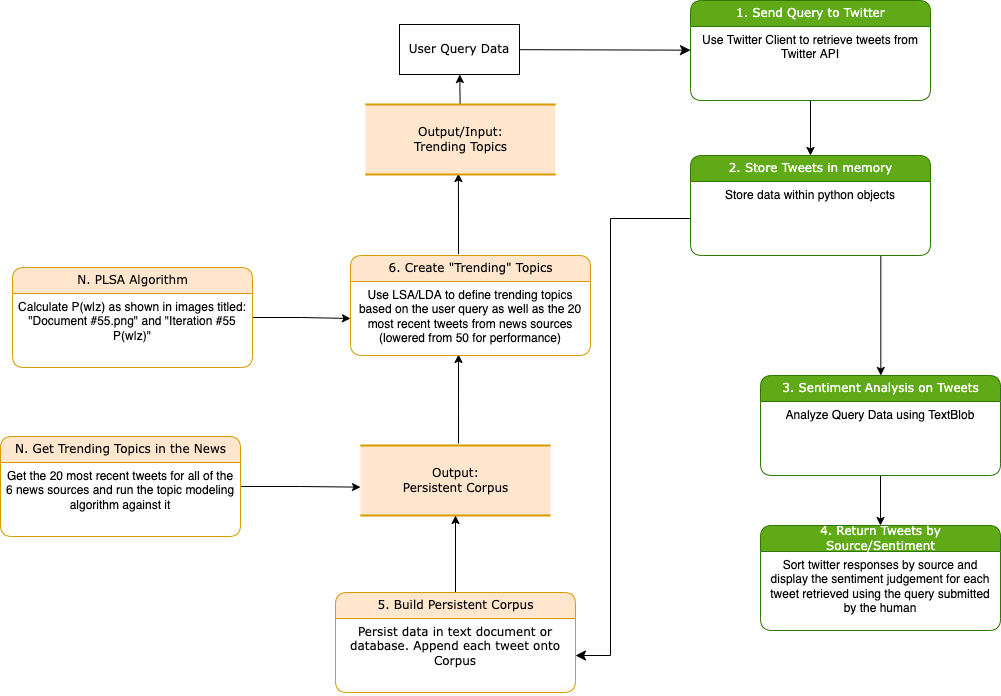
PeterWJefferson/CourseProject keeps this draw.io diagram as .docs/Process Model.png. Above is the earlier version. Source tidied: cells renumbered, new cells last; positions are measured from the earlier drawing's top-left corner, leaving out a move shared by most shapes.
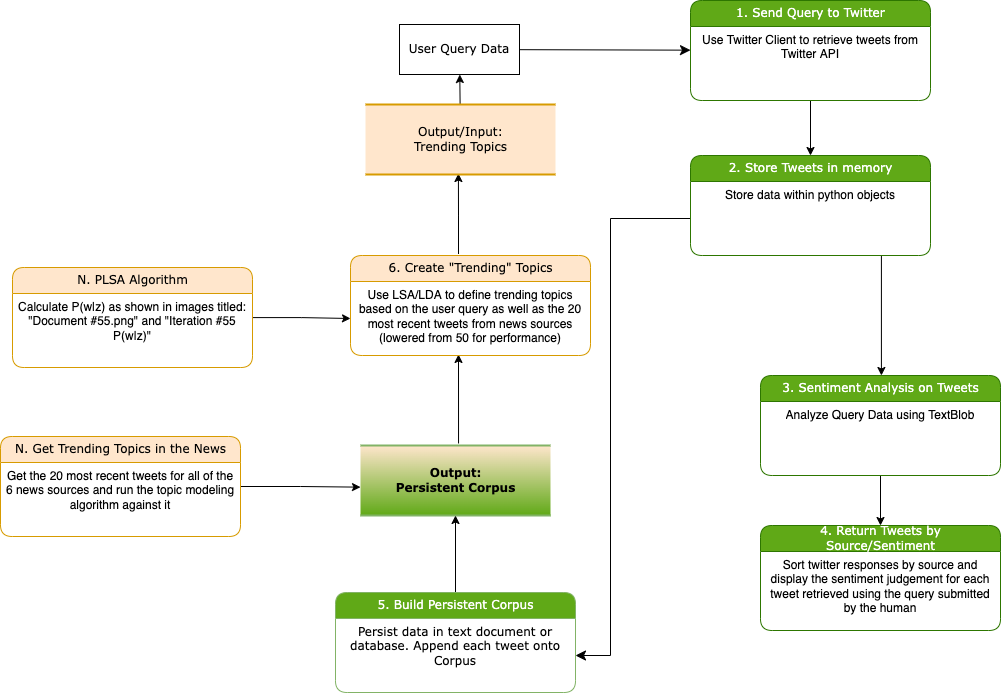
After the change.

Commit message:
docs: updates model with latest status

The edit, as a diff of the source:
```diff
@@ -5,7 +5,7 @@
     <mxCell id="2" style="edgeStyle=orthogonalEdgeStyle;rounded=0;jettySize=auto;html=1;exitX=0.516;exitY=-0.029;exitDx=0;exitDy=0;exitPerimeter=0;entryX=0.45;entryY=0.986;entryDx=0;entryDy=0;entryPerimeter=0;" parent="1" edge="1" source="3" target="21">
       <mxGeometry relative="1" as="geometry" />
     </mxCell>
-    <mxCell id="3" value="Output:&lt;br&gt;Persistent Corpus" style="html=1;rounded=0;shadow=0;comic=0;labelBackgroundColor=none;strokeWidth=2;fontFamily=Verdana;fontSize=12;align=center;shape=mxgraph.ios7ui.horLines;fillColor=#ffe6cc;strokeColor=#d79b00;" parent="1" vertex="1">
+    <mxCell id="3" value="&lt;b&gt;Output:&lt;br&gt;Persistent Corpus&lt;/b&gt;" style="html=1;rounded=0;shadow=0;comic=0;labelBackgroundColor=none;strokeWidth=2;fontFamily=Verdana;fontSize=12;align=center;shape=mxgraph.ios7ui.horLines;fillColor=#60A917;strokeColor=#82B366;gradientColor=#FFE6CC;gradientDirection=north;" parent="1" vertex="1">
       <mxGeometry x="360" y="445" width="190" height="70" as="geometry" />
     </mxCell>
     <mxCell id="4" style="html=1;labelBackgroundColor=none;startFill=0;startSize=8;endFill=1;endSize=8;fontFamily=Verdana;fontSize=12;" parent="1" edge="1" source="6" target="9">
@@ -74,7 +74,7 @@
     <mxCell id="23" style="edgeStyle=orthogonalEdgeStyle;html=1;" parent="1" edge="1" source="24" target="3">
       <mxGeometry relative="1" as="geometry" />
     </mxCell>
-    <mxCell id="24" value="5. Build Persistent Corpus" style="swimlane;html=1;fontStyle=0;horizontal=1;startSize=26;fillColor=#ffe6cc;swimlaneFillColor=#ffffff;align=center;rounded=1;shadow=0;comic=0;labelBackgroundColor=none;strokeWidth=1;fontFamily=Verdana;fontSize=12;strokeColor=#d79b00;" parent="1" vertex="1">
+    <mxCell id="24" value="&lt;font color=&quot;#ffffff&quot;&gt;5. Build Persistent Corpus&lt;/font&gt;" style="swimlane;html=1;fontStyle=0;horizontal=1;startSize=26;fillColor=#60A917;swimlaneFillColor=#ffffff;align=center;rounded=1;shadow=0;comic=0;labelBackgroundColor=none;strokeWidth=1;fontFamily=Verdana;fontSize=12;strokeColor=#82b366;" parent="1" vertex="1">
       <mxGeometry x="335" y="592" width="240" height="100" as="geometry" />
     </mxCell>
     <mxCell id="25" value="&lt;span style=&quot;font-family: &amp;#34;verdana&amp;#34;&quot;&gt;Persist data in text&amp;nbsp;&lt;/span&gt;&lt;span style=&quot;font-family: &amp;#34;verdana&amp;#34;&quot;&gt;document or database. Append each tweet onto Corpus&lt;/span&gt;" style="text;html=1;strokeColor=none;fillColor=none;spacingLeft=4;spacingRight=4;whiteSpace=wrap;overflow=hidden;points=[[0,0.5],[1,0.5]];portConstraint=eastwest;align=center;" parent="24" vertex="1">
```
